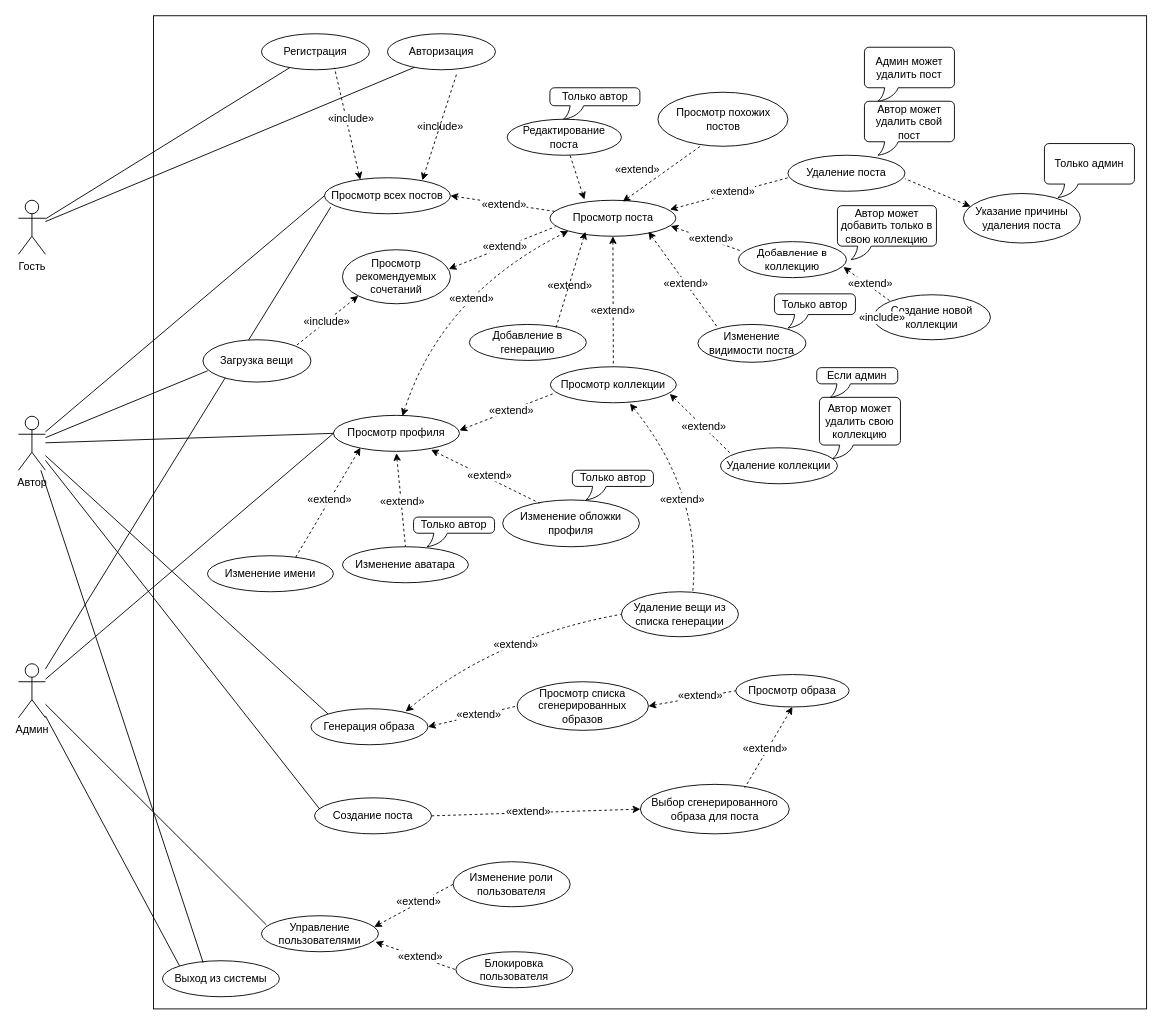
Earlier version of the draw.io diagram UseCase.drawio (Picsile/LookFit). Source tidied: cells renumbered, new cells numbered last; positions are measured from the earlier drawing's top-left corner, leaving out a move shared by most shapes. Both pictures are drawn from the tidied source at 90%, with x=0, y=0 at pixel (18, 15).
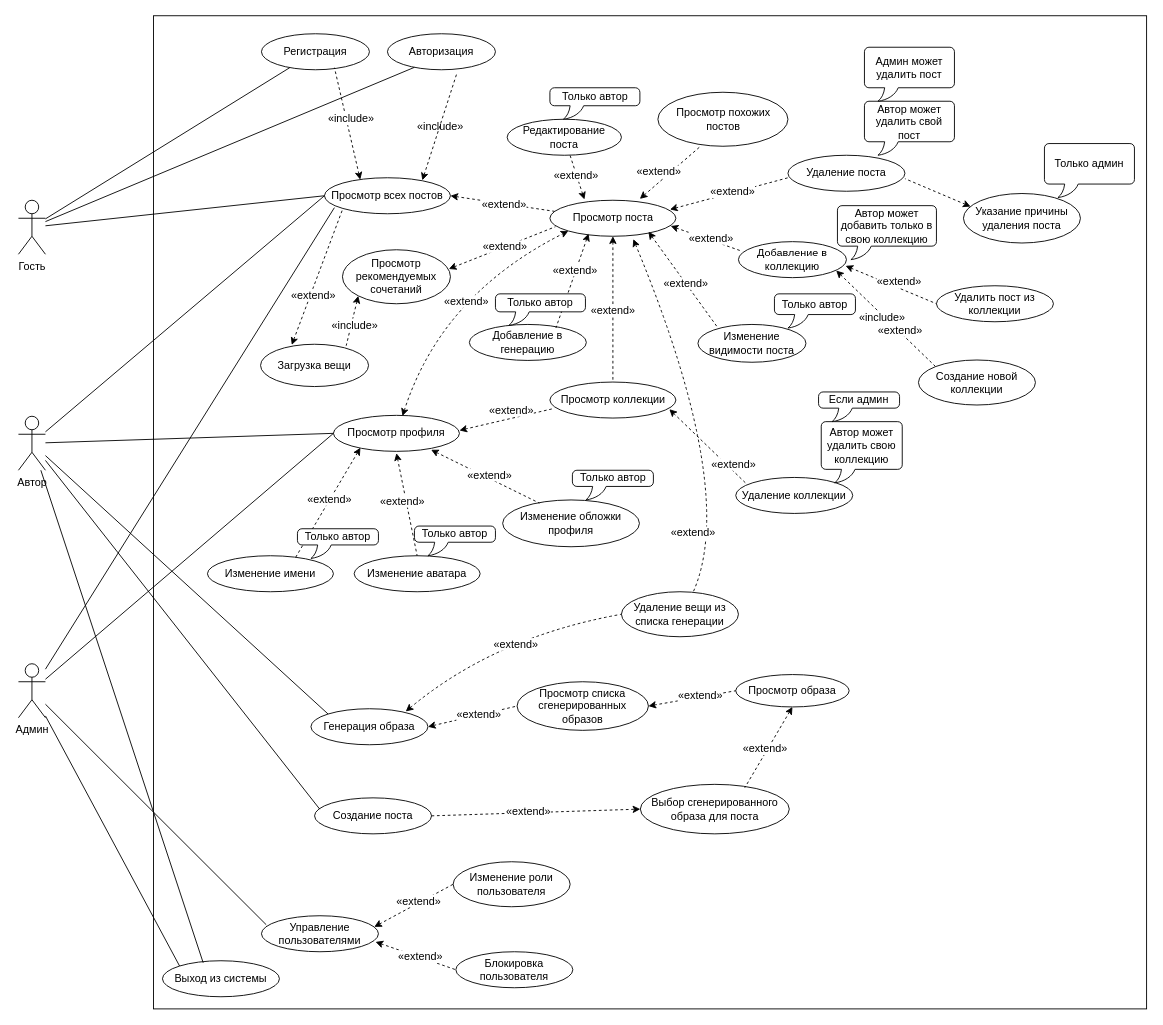
The same page after the edit.

Unchanged cells that the change refers to:
```xml
<mxCell id="3" value="Гость" style="shape=umlActor;verticalLabelPosition=bottom;verticalAlign=top;html=1;outlineConnect=0;" parent="1" vertex="1">
  <mxGeometry y="205" width="30" height="60" as="geometry" />
</mxCell>
<mxCell id="4" value="Автор" style="shape=umlActor;verticalLabelPosition=bottom;verticalAlign=top;html=1;outlineConnect=0;" parent="1" vertex="1">
  <mxGeometry y="445" width="30" height="60" as="geometry" />
</mxCell>
<mxCell id="5" value="Админ" style="shape=umlActor;verticalLabelPosition=bottom;verticalAlign=top;html=1;outlineConnect=0;" parent="1" vertex="1">
  <mxGeometry y="720" width="30" height="60" as="geometry" />
</mxCell>
<mxCell id="11" value="Просмотр всех постов" style="ellipse;whiteSpace=wrap;html=1;" parent="1" vertex="1">
  <mxGeometry x="340" y="180" width="140" height="40" as="geometry" />
</mxCell>
<mxCell id="12" value="Просмотр поста" style="ellipse;whiteSpace=wrap;html=1;" parent="1" vertex="1">
  <mxGeometry x="590.5" y="205" width="140" height="40" as="geometry" />
</mxCell>
<mxCell id="13" value="Просмотр похожих постов" style="ellipse;whiteSpace=wrap;html=1;" parent="1" vertex="1">
  <mxGeometry x="710.5" y="85" width="144.5" height="60" as="geometry" />
</mxCell>
<mxCell id="24" value="Просмотр рекомендуемых сочетаний" style="ellipse;whiteSpace=wrap;html=1;" parent="1" vertex="1">
  <mxGeometry x="360" y="260" width="120" height="60" as="geometry" />
</mxCell>
<mxCell id="30" value="Добавление в коллекцию" style="ellipse;whiteSpace=wrap;html=1;" parent="1" vertex="1">
  <mxGeometry x="800" y="251" width="120" height="40" as="geometry" />
</mxCell>
<mxCell id="88" value="Добавление в генерацию" style="ellipse;whiteSpace=wrap;html=1;" parent="1" vertex="1">
  <mxGeometry x="501" y="343" width="130" height="40" as="geometry" />
</mxCell>
<mxCell id="91" value="Удаление вещи из списка генерации" style="ellipse;whiteSpace=wrap;html=1;" parent="1" vertex="1">
  <mxGeometry x="670" y="640" width="130" height="50" as="geometry" />
</mxCell>
```

Change to the diagram source:
```diff
@@
-    <mxCell id="19" value="Просмотр коллекции" style="ellipse;whiteSpace=wrap;html=1;" parent="1" vertex="1">
-      <mxGeometry x="591" y="390" width="140" height="40" as="geometry" />
-    </mxCell>
     <mxCell id="20" value="Создание новой коллекции" style="ellipse;whiteSpace=wrap;html=1;" parent="1" vertex="1">
-      <mxGeometry x="950" y="310" width="130" height="50" as="geometry" />
+      <mxGeometry x="1000" y="382.5" width="130" height="50" as="geometry" />
     </mxCell>
     <mxCell id="21" value="Удаление коллекции" style="ellipse;whiteSpace=wrap;html=1;" parent="1" vertex="1">
-      <mxGeometry x="780" y="480" width="130" height="40" as="geometry" />
+      <mxGeometry x="797" y="513" width="130" height="40" as="geometry" />
     </mxCell>
     <mxCell id="22" value="Изменение аватара" style="ellipse;whiteSpace=wrap;html=1;" parent="1" vertex="1">
-      <mxGeometry x="360" y="590" width="140" height="40" as="geometry" />
+      <mxGeometry x="373" y="600" width="140" height="40" as="geometry" />
     </mxCell>
@@
-    <mxCell id="25" style="endArrow=none;html=1;rounded=0;entryX=0.334;entryY=0.987;entryDx=0;entryDy=0;exitX=0.578;exitY=0.038;exitDx=0;exitDy=0;startArrow=classic;startFill=1;dashed=1;entryPerimeter=0;exitPerimeter=0;" parent="1" edge="1" source="12" target="13">
+    <mxCell id="25" style="endArrow=none;html=1;rounded=0;entryX=0.334;entryY=0.987;entryDx=0;entryDy=0;exitX=0.714;exitY=-0.038;exitDx=0;exitDy=0;startArrow=classic;startFill=1;dashed=1;entryPerimeter=0;exitPerimeter=0;" parent="1" edge="1" source="12" target="13">
       <mxGeometry relative="1" as="geometry" />
     </mxCell>
     <mxCell id="26" value="&lt;span style=&quot;background-color: light-dark(rgb(255, 255, 255), rgb(102, 102, 102));&quot;&gt;«extend»&lt;/span&gt;" style="text;html=1;whiteSpace=wrap;strokeColor=none;fillColor=none;align=center;verticalAlign=middle;rounded=0;" parent="1" vertex="1">
-      <mxGeometry x="658" y="156" width="60" height="30" as="geometry" />
+      <mxGeometry x="682" y="159" width="60" height="30" as="geometry" />
     </mxCell>
@@
-    <mxCell id="28" value="&lt;span style=&quot;background-color: light-dark(rgb(255, 255, 255), rgb(102, 102, 102));&quot;&gt;«extend»&lt;/span&gt;" style="text;html=1;whiteSpace=wrap;strokeColor=none;fillColor=none;align=center;verticalAlign=middle;rounded=0;" parent="1" vertex="1">
-      <mxGeometry x="583" y="285" width="60" height="30" as="geometry" />
-    </mxCell>
@@
-    <mxCell id="33" style="endArrow=none;html=1;rounded=0;exitX=0.972;exitY=0.705;exitDx=0;exitDy=0;startArrow=classic;startFill=1;dashed=1;entryX=0;entryY=0;entryDx=0;entryDy=0;exitPerimeter=0;" parent="1" edge="1" source="30" target="20">
+    <mxCell id="33" style="endArrow=none;html=1;rounded=0;exitX=0.905;exitY=0.802;exitDx=0;exitDy=0;startArrow=classic;startFill=1;dashed=1;entryX=0;entryY=0;entryDx=0;entryDy=0;exitPerimeter=0;" parent="1" edge="1" source="30" target="20">
       <mxGeometry relative="1" as="geometry" />
     </mxCell>
     <mxCell id="34" value="&lt;span style=&quot;background-color: light-dark(rgb(255, 255, 255), rgb(102, 102, 102));&quot;&gt;«extend»&lt;/span&gt;" style="text;html=1;whiteSpace=wrap;strokeColor=none;fillColor=none;align=center;verticalAlign=middle;rounded=0;" parent="1" vertex="1">
-      <mxGeometry x="917" y="283" width="60" height="30" as="geometry" />
+      <mxGeometry x="950" y="335" width="60" height="30" as="geometry" />
     </mxCell>
@@
-    <mxCell id="49" style="endArrow=none;html=1;rounded=0;entryX=0.044;entryY=0.733;entryDx=0;entryDy=0;entryPerimeter=0;" parent="1" edge="1" source="4" target="66">
-      <mxGeometry relative="1" as="geometry" />
-    </mxCell>
-    <mxCell id="50" style="endArrow=none;html=1;rounded=0;exitX=0;exitY=1;exitDx=0;exitDy=0;startArrow=classic;startFill=1;dashed=1;entryX=1;entryY=0;entryDx=0;entryDy=0;" parent="1" edge="1" source="24" target="66">
+    <mxCell id="50" style="endArrow=none;html=1;rounded=0;exitX=0;exitY=1;exitDx=0;exitDy=0;startArrow=classic;startFill=1;dashed=1;entryX=0.793;entryY=0.035;entryDx=0;entryDy=0;entryPerimeter=0;" parent="1" edge="1" source="24" target="66">
       <mxGeometry relative="1" as="geometry" />
     </mxCell>
@@
     <mxCell id="53" value="&lt;span style=&quot;background-color: light-dark(rgb(255, 255, 255), rgb(102, 102, 102));&quot;&gt;«include»&lt;/span&gt;" style="text;html=1;whiteSpace=wrap;strokeColor=none;fillColor=none;align=center;verticalAlign=middle;rounded=0;" parent="1" vertex="1">
-      <mxGeometry x="313" y="325" width="60" height="30" as="geometry" />
+      <mxGeometry x="344" y="329" width="60" height="30" as="geometry" />
     </mxCell>
@@
-    <mxCell id="65" style="endArrow=none;html=1;rounded=0;entryX=0.05;entryY=0.813;entryDx=0;entryDy=0;entryPerimeter=0;" parent="1" edge="1" source="5" target="11">
+    <mxCell id="65" style="endArrow=none;html=1;rounded=0;entryX=0.079;entryY=0.831;entryDx=0;entryDy=0;entryPerimeter=0;" parent="1" edge="1" source="5" target="11">
       <mxGeometry relative="1" as="geometry" />
     </mxCell>
     <mxCell id="66" value="Загрузка вещи" style="ellipse;whiteSpace=wrap;html=1;" parent="1" vertex="1">
-      <mxGeometry x="205" y="360" width="120" height="47" as="geometry" />
+      <mxGeometry x="269" y="365" width="120" height="47" as="geometry" />
     </mxCell>
@@
     <mxCell id="79" value="Автор может удалить свою коллекцию" style="whiteSpace=wrap;html=1;shape=mxgraph.basic.roundRectCallout;dx=30;dy=15;size=5;boundedLbl=1;convertToSvg=0;shadow=0;" parent="1" vertex="1">
-      <mxGeometry x="890" y="424" width="90" height="68" as="geometry" />
+      <mxGeometry x="892" y="451" width="90" height="68" as="geometry" />
     </mxCell>
     <mxCell id="80" value="Если админ" style="whiteSpace=wrap;html=1;shape=mxgraph.basic.roundRectCallout;dx=30;dy=15;size=5;boundedLbl=1;convertToSvg=0;shadow=0;" parent="1" vertex="1">
-      <mxGeometry x="887" y="391" width="90" height="33" as="geometry" />
+      <mxGeometry x="889" y="418" width="90" height="33" as="geometry" />
     </mxCell>
@@
     <mxCell id="83" value="Только автор" style="whiteSpace=wrap;html=1;shape=mxgraph.basic.roundRectCallout;dx=30;dy=15;size=5;boundedLbl=1;convertToSvg=0;shadow=0;" parent="1" vertex="1">
-      <mxGeometry x="439" y="557" width="90" height="33" as="geometry" />
+      <mxGeometry x="440" y="567" width="90" height="33" as="geometry" />
     </mxCell>
@@
-    <mxCell id="90" style="endArrow=none;html=1;rounded=0;exitX=0.282;exitY=0.875;exitDx=0;exitDy=0;startArrow=classic;startFill=1;dashed=1;exitPerimeter=0;entryX=0.74;entryY=0.097;entryDx=0;entryDy=0;entryPerimeter=0;" parent="1" edge="1" source="12" target="88">
+    <mxCell id="90" style="endArrow=none;html=1;rounded=0;startArrow=classic;startFill=1;dashed=1;entryX=0.74;entryY=0.097;entryDx=0;entryDy=0;entryPerimeter=0;exitX=0.307;exitY=0.927;exitDx=0;exitDy=0;exitPerimeter=0;" parent="1" edge="1" source="12" target="88">
       <mxGeometry relative="1" as="geometry" />
     </mxCell>
@@
-    <mxCell id="92" style="endArrow=none;html=1;rounded=0;startArrow=classic;startFill=1;dashed=1;entryX=0.608;entryY=0.037;entryDx=0;entryDy=0;entryPerimeter=0;exitX=0.632;exitY=1.024;exitDx=0;exitDy=0;exitPerimeter=0;curved=1;" parent="1" edge="1" source="19" target="91">
+    <mxCell id="92" style="endArrow=none;html=1;rounded=0;startArrow=classic;startFill=1;dashed=1;entryX=0.608;entryY=0.037;entryDx=0;entryDy=0;entryPerimeter=0;exitX=0.662;exitY=1.081;exitDx=0;exitDy=0;exitPerimeter=0;curved=1;" parent="1" edge="1" source="12" target="91">
       <mxGeometry relative="1" as="geometry">
         <Array as="points">
-          <mxPoint x="760" y="530" />
+          <mxPoint x="800" y="530" />
         </Array>
       </mxGeometry>
     </mxCell>
     <mxCell id="93" value="&lt;span style=&quot;background-color: light-dark(rgb(255, 255, 255), rgb(102, 102, 102));&quot;&gt;«extend»&lt;/span&gt;" style="text;html=1;whiteSpace=wrap;strokeColor=none;fillColor=none;align=center;verticalAlign=middle;rounded=0;" parent="1" vertex="1">
-      <mxGeometry x="732" y="442" width="60" height="30" as="geometry" />
+      <mxGeometry x="765" y="484" width="60" height="30" as="geometry" />
     </mxCell>
     <mxCell id="94" value="&lt;span style=&quot;background-color: light-dark(rgb(255, 255, 255), rgb(102, 102, 102));&quot;&gt;«extend»&lt;/span&gt;" style="text;html=1;whiteSpace=wrap;strokeColor=none;fillColor=none;align=center;verticalAlign=middle;rounded=0;" parent="1" vertex="1">
-      <mxGeometry x="708" y="523" width="60" height="30" as="geometry" />
+      <mxGeometry x="720" y="560" width="60" height="30" as="geometry" />
     </mxCell>
@@
     <mxCell id="96" value="&lt;span style=&quot;background-color: light-dark(rgb(255, 255, 255), rgb(102, 102, 102));&quot;&gt;«extend»&lt;/span&gt;" style="text;html=1;whiteSpace=wrap;strokeColor=none;fillColor=none;align=center;verticalAlign=middle;rounded=0;" parent="1" vertex="1">
-      <mxGeometry x="474" y="300" width="60" height="30" as="geometry" />
+      <mxGeometry x="468" y="303" width="60" height="30" as="geometry" />
     </mxCell>
@@
+    <mxCell id="19" value="Просмотр коллекции" style="ellipse;whiteSpace=wrap;html=1;" parent="1" vertex="1">
+      <mxGeometry x="590.5" y="407" width="140" height="40" as="geometry" />
+    </mxCell>
+    <mxCell id="113" value="&lt;span style=&quot;background-color: light-dark(rgb(255, 255, 255), rgb(102, 102, 102));&quot;&gt;«extend»&lt;/span&gt;" style="text;html=1;whiteSpace=wrap;strokeColor=none;fillColor=none;align=center;verticalAlign=middle;rounded=0;" parent="1" vertex="1">
+      <mxGeometry x="590" y="163" width="60" height="30" as="geometry" />
+    </mxCell>
+    <mxCell id="114" value="Удалить пост из коллекции" style="ellipse;whiteSpace=wrap;html=1;" parent="1" vertex="1">
+      <mxGeometry x="1020" y="300" width="130" height="40" as="geometry" />
+    </mxCell>
+    <mxCell id="115" style="endArrow=none;html=1;rounded=0;exitX=0.992;exitY=0.672;exitDx=0;exitDy=0;startArrow=classic;startFill=1;dashed=1;entryX=0;entryY=0.5;entryDx=0;entryDy=0;exitPerimeter=0;" parent="1" edge="1" source="30" target="114">
+      <mxGeometry relative="1" as="geometry" />
+    </mxCell>
+    <mxCell id="116" value="&lt;span style=&quot;background-color: light-dark(rgb(255, 255, 255), rgb(102, 102, 102));&quot;&gt;«extend»&lt;/span&gt;" style="text;html=1;whiteSpace=wrap;strokeColor=none;fillColor=none;align=center;verticalAlign=middle;rounded=0;" parent="1" vertex="1">
+      <mxGeometry x="949" y="281" width="60" height="30" as="geometry" />
+    </mxCell>
+    <mxCell id="117" style="endArrow=none;html=1;rounded=0;entryX=0;entryY=0.5;entryDx=0;entryDy=0;" parent="1" edge="1" source="3" target="11">
+      <mxGeometry relative="1" as="geometry" />
+    </mxCell>
+    <mxCell id="118" value="Только автор" style="whiteSpace=wrap;html=1;shape=mxgraph.basic.roundRectCallout;dx=30;dy=15;size=5;boundedLbl=1;" parent="1" vertex="1">
+      <mxGeometry x="530" y="309" width="100" height="35" as="geometry" />
+    </mxCell>
+    <mxCell id="119" value="&lt;span style=&quot;background-color: light-dark(rgb(255, 255, 255), rgb(102, 102, 102));&quot;&gt;«extend»&lt;/span&gt;" style="text;html=1;whiteSpace=wrap;strokeColor=none;fillColor=none;align=center;verticalAlign=middle;rounded=0;" parent="1" vertex="1">
+      <mxGeometry x="589" y="268" width="60" height="30" as="geometry" />
+    </mxCell>
+    <mxCell id="120" value="Только автор" style="whiteSpace=wrap;html=1;shape=mxgraph.basic.roundRectCallout;dx=30;dy=15;size=5;boundedLbl=1;convertToSvg=0;shadow=0;" parent="1" vertex="1">
+      <mxGeometry x="310" y="570" width="90" height="33" as="geometry" />
+    </mxCell>
+    <mxCell id="121" style="endArrow=none;html=1;rounded=0;entryX=0;entryY=1;entryDx=0;entryDy=0;exitX=0.289;exitY=0.016;exitDx=0;exitDy=0;startArrow=classic;startFill=1;dashed=1;exitPerimeter=0;" parent="1" edge="1" source="66" target="11">
+      <mxGeometry relative="1" as="geometry" />
+    </mxCell>
+    <mxCell id="122" value="&lt;span style=&quot;background-color: light-dark(rgb(255, 255, 255), rgb(102, 102, 102));&quot;&gt;«extend»&lt;/span&gt;" style="text;html=1;whiteSpace=wrap;strokeColor=none;fillColor=none;align=center;verticalAlign=middle;rounded=0;" parent="1" vertex="1">
+      <mxGeometry x="298" y="296" width="60" height="30" as="geometry" />
+    </mxCell>
```
